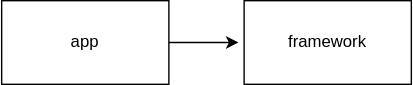
This is assets/products-diagram.svg from jakubolejarczyk/olejarczyk-jakub, a draw.io export, as it was before one commit. Source tidied: cells renumbered, new cells last; positions are measured from the earlier drawing's top-left corner, leaving out a move shared by most shapes. Source of this version:
```xml
<mxGraphModel>
  <root>
    <mxCell id="0" />
    <mxCell id="1" parent="0" />
    <mxCell id="2" style="edgeStyle=orthogonalEdgeStyle;rounded=0;jettySize=auto;html=1;" parent="1" edge="1" source="3">
      <mxGeometry relative="1" as="geometry">
        <mxPoint x="170" y="30" as="targetPoint" />
      </mxGeometry>
    </mxCell>
    <mxCell id="3" value="app" style="rounded=0;whiteSpace=wrap;html=1;" parent="1" vertex="1">
      <mxGeometry width="120" height="60" as="geometry" />
    </mxCell>
    <mxCell id="4" value="framework" style="rounded=0;whiteSpace=wrap;html=1;" parent="1" vertex="1">
      <mxGeometry x="174" width="120" height="60" as="geometry" />
    </mxCell>
  </root>
</mxGraphModel>
```
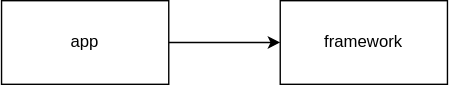
After the change.

Commit message:
Create framework diagram

Diff of the diagram source:
```diff
@@ -2,16 +2,14 @@
   <root>
     <mxCell id="0" />
     <mxCell id="1" parent="0" />
-    <mxCell id="2" style="edgeStyle=orthogonalEdgeStyle;rounded=0;jettySize=auto;html=1;" parent="1" edge="1" source="3">
-      <mxGeometry relative="1" as="geometry">
-        <mxPoint x="170" y="30" as="targetPoint" />
-      </mxGeometry>
-    </mxCell>
+    <mxCell id="5" style="edgeStyle=orthogonalEdgeStyle;rounded=0;jettySize=auto;html=1;entryX=0;entryY=0.5;entryDx=0;entryDy=0;" parent="1" edge="1" source="3" target="4">
+      <mxGeometry relative="1" as="geometry" />
+    </mxCell>
     <mxCell id="3" value="app" style="rounded=0;whiteSpace=wrap;html=1;" parent="1" vertex="1">
-      <mxGeometry width="120" height="60" as="geometry" />
+      <mxGeometry x="10" y="20" width="120" height="60" as="geometry" />
     </mxCell>
     <mxCell id="4" value="framework" style="rounded=0;whiteSpace=wrap;html=1;" parent="1" vertex="1">
-      <mxGeometry x="174" width="120" height="60" as="geometry" />
+      <mxGeometry x="210" y="20" width="120" height="60" as="geometry" />
     </mxCell>
   </root>
 </mxGraphModel>
```
